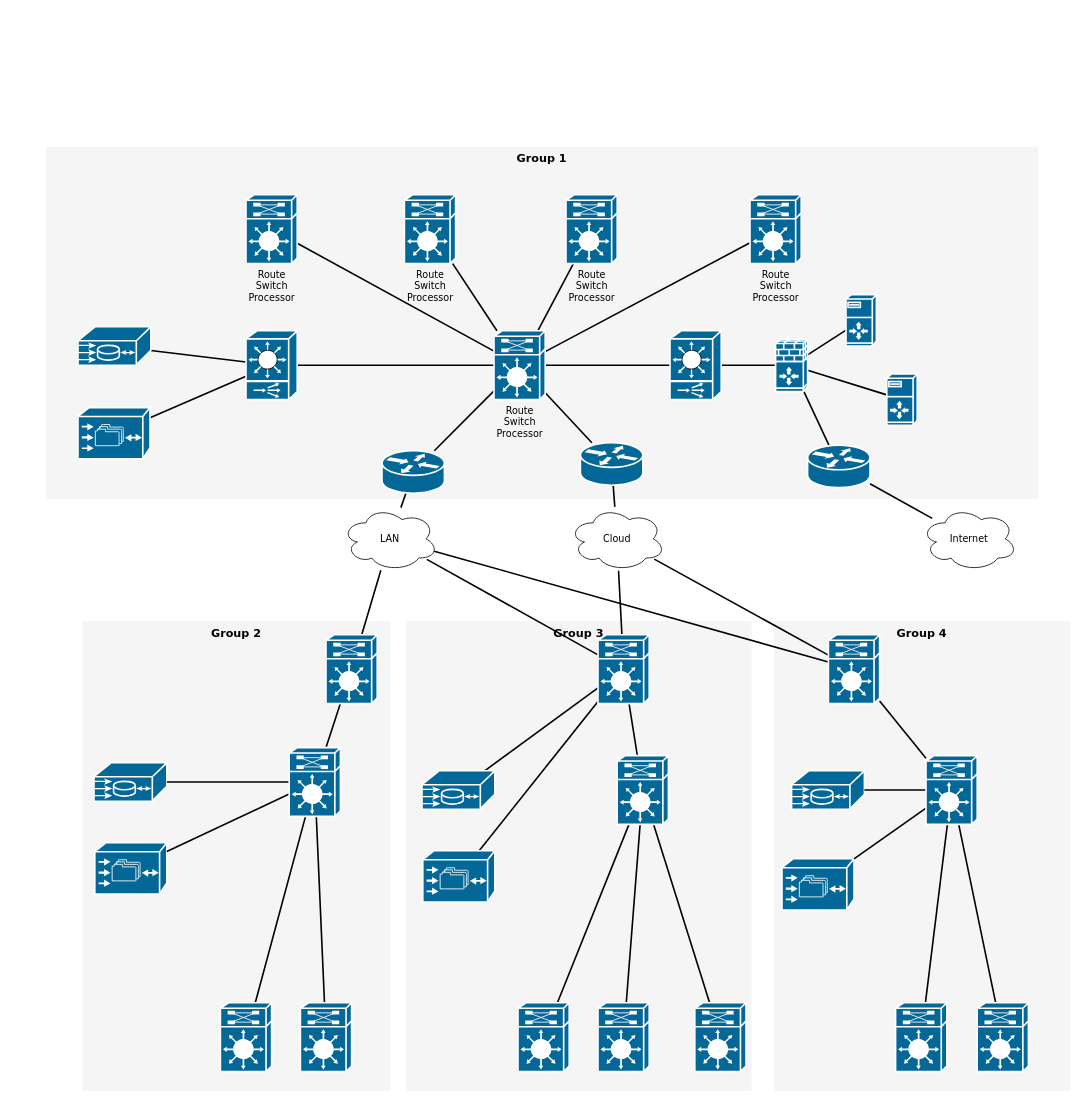
Above: Untitled Diagram.drawio in pamelacatilo/ResearchRepository (draw.io), before the change. Source tidied: cells renumbered, new cells numbered last; positions are measured from the earlier drawing's top-left corner, leaving out a move shared by most shapes. Both pictures are drawn from the tidied source at 80%, with x=0, y=0 at pixel (46, 146).
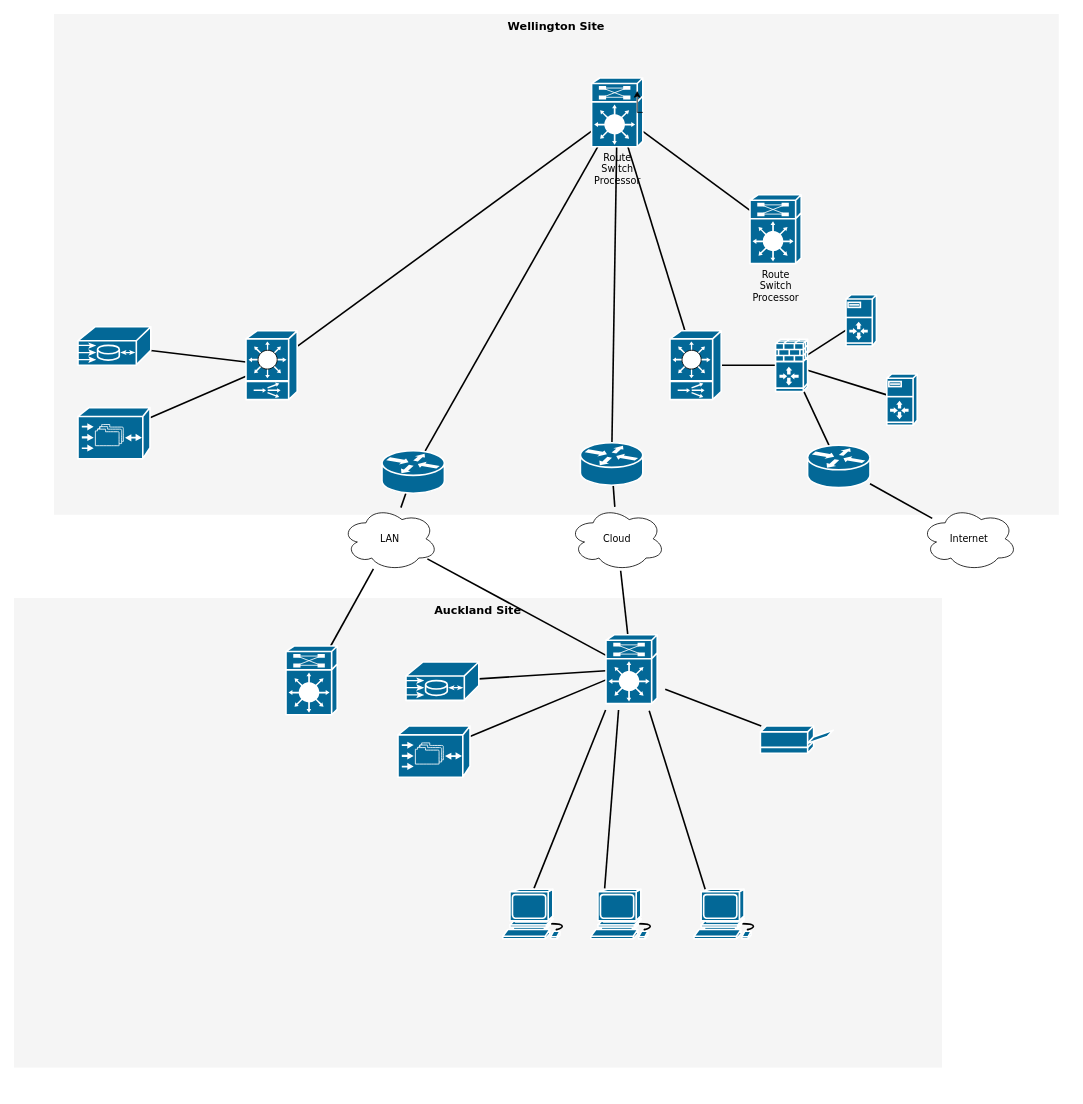
After the change.

Commit message:
Technical Support Practical Project Diagram.drawio

Unchanged cells that the change refers to:
```xml
<mxCell id="35" value="LAN" style="ellipse;shape=cloud;whiteSpace=wrap;html=1;rounded=0;shadow=0;comic=0;strokeWidth=1;fontFamily=Verdana;fontSize=12;" parent="1" vertex="1">
  <mxGeometry x="370" y="450" width="120" height="80" as="geometry" />
</mxCell>
<mxCell id="38" value="Cloud" style="ellipse;shape=cloud;whiteSpace=wrap;html=1;rounded=0;shadow=0;comic=0;strokeWidth=1;fontFamily=Verdana;fontSize=12;" parent="1" vertex="1">
  <mxGeometry x="654" y="450" width="120" height="80" as="geometry" />
</mxCell>
```

The edit, as a diff of the source:
```diff
@@
-    <mxCell id="2" value="Group 1" style="whiteSpace=wrap;html=1;rounded=0;shadow=0;comic=0;strokeWidth=1;fontFamily=Verdana;fontSize=14;fillColor=#f5f5f5;strokeColor=none;verticalAlign=top;fontStyle=1;" parent="1" vertex="1">
-      <mxGeometry width="1240" height="440" as="geometry" />
+    <mxCell id="2" value="Wellington Site" style="whiteSpace=wrap;html=1;rounded=0;shadow=0;comic=0;strokeWidth=1;fontFamily=Verdana;fontSize=14;fillColor=#f5f5f5;strokeColor=none;verticalAlign=top;fontStyle=1;" parent="1" vertex="1">
+      <mxGeometry x="10" y="-166" width="1256" height="626" as="geometry" />
     </mxCell>
-    <mxCell id="3" value="Group 4" style="whiteSpace=wrap;html=1;rounded=0;shadow=0;comic=0;strokeWidth=1;fontFamily=Verdana;fontSize=14;fillColor=#f5f5f5;strokeColor=none;fontStyle=1;verticalAlign=top;" parent="1" vertex="1">
-      <mxGeometry x="910" y="593" width="370" height="587" as="geometry" />
-    </mxCell>
-    <mxCell id="4" value="Group 3" style="whiteSpace=wrap;html=1;rounded=0;shadow=0;comic=0;strokeWidth=1;fontFamily=Verdana;fontSize=14;fillColor=#f5f5f5;strokeColor=none;fontStyle=1;verticalAlign=top;" parent="1" vertex="1">
-      <mxGeometry x="450" y="593" width="432" height="587" as="geometry" />
+    <mxCell id="4" value="Auckland Site" style="whiteSpace=wrap;html=1;rounded=0;shadow=0;comic=0;strokeWidth=1;fontFamily=Verdana;fontSize=14;fillColor=#f5f5f5;strokeColor=none;fontStyle=1;verticalAlign=top;" parent="1" vertex="1">
+      <mxGeometry x="-40" y="564" width="1160" height="587" as="geometry" />
     </mxCell>
-    <mxCell id="5" value="Group 2" style="whiteSpace=wrap;html=1;rounded=0;shadow=0;comic=0;strokeWidth=1;fontFamily=Verdana;fontSize=14;fillColor=#f5f5f5;strokeColor=none;fontStyle=1;verticalAlign=top;" parent="1" vertex="1">
-      <mxGeometry x="46" y="593" width="384" height="587" as="geometry" />
-    </mxCell>
-    <mxCell id="6" style="edgeStyle=none;html=1;labelBackgroundColor=none;startFill=0;endArrow=none;endFill=0;strokeWidth=2;fontFamily=Verdana;fontSize=12;" parent="1" edge="1" source="7" target="18">
-      <mxGeometry relative="1" as="geometry" />
-    </mxCell>
-    <mxCell id="7" value="Route&lt;div&gt;Switch&lt;/div&gt;&lt;div&gt;Processor&lt;/div&gt;" style="shape=mxgraph.cisco.misc.route_switch_processor;html=1;dashed=0;fillColor=#036897;strokeColor=#ffffff;strokeWidth=2;verticalLabelPosition=bottom;verticalAlign=top;rounded=0;shadow=0;comic=0;fontFamily=Verdana;fontSize=12;" parent="1" vertex="1">
-      <mxGeometry x="250" y="60" width="64" height="86" as="geometry" />
-    </mxCell>
-    <mxCell id="8" style="edgeStyle=none;html=1;labelBackgroundColor=none;startFill=0;endArrow=none;endFill=0;strokeWidth=2;fontFamily=Verdana;fontSize=12;" parent="1" edge="1" source="9" target="18">
-      <mxGeometry relative="1" as="geometry" />
-    </mxCell>
-    <mxCell id="9" value="Route&lt;div&gt;Switch&lt;/div&gt;&lt;div&gt;Processor&lt;/div&gt;" style="shape=mxgraph.cisco.misc.route_switch_processor;html=1;dashed=0;fillColor=#036897;strokeColor=#ffffff;strokeWidth=2;verticalLabelPosition=bottom;verticalAlign=top;rounded=0;shadow=0;comic=0;fontFamily=Verdana;fontSize=12;" parent="1" vertex="1">
-      <mxGeometry x="448" y="60" width="64" height="86" as="geometry" />
-    </mxCell>
-    <mxCell id="10" style="edgeStyle=none;html=1;labelBackgroundColor=none;startFill=0;endArrow=none;endFill=0;strokeWidth=2;fontFamily=Verdana;fontSize=12;" parent="1" edge="1" source="11" target="18">
-      <mxGeometry relative="1" as="geometry" />
-    </mxCell>
-    <mxCell id="11" value="Route&lt;div&gt;Switch&lt;/div&gt;&lt;div&gt;Processor&lt;/div&gt;" style="shape=mxgraph.cisco.misc.route_switch_processor;html=1;dashed=0;fillColor=#036897;strokeColor=#ffffff;strokeWidth=2;verticalLabelPosition=bottom;verticalAlign=top;rounded=0;shadow=0;comic=0;fontFamily=Verdana;fontSize=12;" parent="1" vertex="1">
-      <mxGeometry x="650" y="60" width="64" height="86" as="geometry" />
-    </mxCell>
@@
     <mxCell id="18" value="Route&lt;div&gt;Switch&lt;/div&gt;&lt;div&gt;Processor&lt;/div&gt;" style="shape=mxgraph.cisco.misc.route_switch_processor;html=1;dashed=0;fillColor=#036897;strokeColor=#ffffff;strokeWidth=2;verticalLabelPosition=bottom;verticalAlign=top;rounded=0;shadow=0;comic=0;fontFamily=Verdana;fontSize=12;" parent="1" vertex="1">
-      <mxGeometry x="560" y="230" width="64" height="86" as="geometry" />
+      <mxGeometry x="682" y="-86" width="64" height="86" as="geometry" />
     </mxCell>
@@
-    <mxCell id="34" style="edgeStyle=none;html=1;labelBackgroundColor=none;startFill=0;endArrow=none;endFill=0;strokeWidth=2;fontFamily=Verdana;fontSize=12;" parent="1" edge="1" source="35" target="47">
-      <mxGeometry relative="1" as="geometry" />
-    </mxCell>
@@
-    <mxCell id="37" style="edgeStyle=none;html=1;labelBackgroundColor=none;startFill=0;endArrow=none;endFill=0;strokeWidth=2;fontFamily=Verdana;fontSize=12;" parent="1" edge="1" source="38" target="47">
-      <mxGeometry relative="1" as="geometry" />
-    </mxCell>
@@
-    <mxCell id="40" style="edgeStyle=none;html=1;labelBackgroundColor=none;startFill=0;endArrow=none;endFill=0;strokeWidth=2;fontFamily=Verdana;fontSize=12;" parent="1" edge="1" source="41" target="54">
-      <mxGeometry relative="1" as="geometry" />
-    </mxCell>
     <mxCell id="41" style="shape=mxgraph.cisco.misc.route_switch_processor;html=1;dashed=0;fillColor=#036897;strokeColor=#ffffff;strokeWidth=2;verticalLabelPosition=bottom;verticalAlign=top;rounded=0;shadow=0;comic=0;fontFamily=Verdana;fontSize=12;" parent="1" vertex="1">
-      <mxGeometry x="350" y="610" width="64" height="86" as="geometry" />
+      <mxGeometry x="300" y="624" width="64" height="86" as="geometry" />
     </mxCell>
-    <mxCell id="42" style="edgeStyle=none;html=1;labelBackgroundColor=none;startFill=0;endArrow=none;endFill=0;strokeWidth=2;fontFamily=Verdana;fontSize=12;" parent="1" edge="1" source="45" target="60">
-      <mxGeometry relative="1" as="geometry" />
-    </mxCell>
@@
     <mxCell id="45" style="shape=mxgraph.cisco.misc.route_switch_processor;html=1;dashed=0;fillColor=#036897;strokeColor=#ffffff;strokeWidth=2;verticalLabelPosition=bottom;verticalAlign=top;rounded=0;shadow=0;comic=0;fontFamily=Verdana;fontSize=12;" parent="1" vertex="1">
-      <mxGeometry x="690" y="610" width="64" height="86" as="geometry" />
+      <mxGeometry x="700" y="610" width="64" height="86" as="geometry" />
     </mxCell>
-    <mxCell id="46" style="edgeStyle=none;html=1;labelBackgroundColor=none;startFill=0;endArrow=none;endFill=0;strokeWidth=2;fontFamily=Verdana;fontSize=12;" parent="1" edge="1" source="47" target="67">
-      <mxGeometry relative="1" as="geometry" />
-    </mxCell>
-    <mxCell id="47" style="shape=mxgraph.cisco.misc.route_switch_processor;html=1;dashed=0;fillColor=#036897;strokeColor=#ffffff;strokeWidth=2;verticalLabelPosition=bottom;verticalAlign=top;rounded=0;shadow=0;comic=0;fontFamily=Verdana;fontSize=12;" parent="1" vertex="1">
-      <mxGeometry x="978" y="610" width="64" height="86" as="geometry" />
-    </mxCell>
-    <mxCell id="48" style="shape=mxgraph.cisco.misc.me1100;html=1;dashed=0;fillColor=#036897;strokeColor=#ffffff;strokeWidth=2;verticalLabelPosition=bottom;verticalAlign=top;rounded=0;shadow=0;comic=0;fontFamily=Verdana;fontSize=12;" parent="1" vertex="1">
-      <mxGeometry x="60" y="770" width="91" height="48" as="geometry" />
-    </mxCell>
-    <mxCell id="49" style="shape=mxgraph.cisco.storage.cisco_file_engine;html=1;dashed=0;fillColor=#036897;strokeColor=#ffffff;strokeWidth=2;verticalLabelPosition=bottom;verticalAlign=top;rounded=0;shadow=0;comic=0;fontFamily=Verdana;fontSize=12;" parent="1" vertex="1">
-      <mxGeometry x="61" y="870" width="90" height="64" as="geometry" />
-    </mxCell>
-    <mxCell id="50" style="edgeStyle=none;html=1;labelBackgroundColor=none;startFill=0;endArrow=none;endFill=0;strokeWidth=2;fontFamily=Verdana;fontSize=12;" parent="1" edge="1" source="54" target="48">
-      <mxGeometry relative="1" as="geometry" />
-    </mxCell>
-    <mxCell id="51" style="edgeStyle=none;html=1;labelBackgroundColor=none;startFill=0;endArrow=none;endFill=0;strokeWidth=2;fontFamily=Verdana;fontSize=12;" parent="1" edge="1" source="54" target="49">
-      <mxGeometry relative="1" as="geometry" />
+    <mxCell id="51" style="edgeStyle=none;html=1;labelBackgroundColor=none;startFill=0;endArrow=none;endFill=0;strokeWidth=2;fontFamily=Verdana;fontSize=12;" parent="1" edge="1" source="85">
+      <mxGeometry relative="1" as="geometry">
+        <mxPoint x="774" y="678.1" as="targetPoint" />
+      </mxGeometry>
     </mxCell>
-    <mxCell id="52" style="edgeStyle=none;html=1;labelBackgroundColor=none;startFill=0;endArrow=none;endFill=0;strokeWidth=2;fontFamily=Verdana;fontSize=12;" parent="1" edge="1" source="54" target="69">
-      <mxGeometry relative="1" as="geometry" />
-    </mxCell>
-    <mxCell id="53" style="edgeStyle=none;html=1;labelBackgroundColor=none;startFill=0;endArrow=none;endFill=0;strokeWidth=2;fontFamily=Verdana;fontSize=12;" parent="1" edge="1" source="54" target="68">
-      <mxGeometry relative="1" as="geometry" />
-    </mxCell>
-    <mxCell id="54" style="shape=mxgraph.cisco.misc.route_switch_processor;html=1;dashed=0;fillColor=#036897;strokeColor=#ffffff;strokeWidth=2;verticalLabelPosition=bottom;verticalAlign=top;rounded=0;shadow=0;comic=0;fontFamily=Verdana;fontSize=12;" parent="1" vertex="1">
-      <mxGeometry x="304" y="751" width="64" height="86" as="geometry" />
-    </mxCell>
     <mxCell id="55" style="shape=mxgraph.cisco.misc.me1100;html=1;dashed=0;fillColor=#036897;strokeColor=#ffffff;strokeWidth=2;verticalLabelPosition=bottom;verticalAlign=top;rounded=0;shadow=0;comic=0;fontFamily=Verdana;fontSize=12;" parent="1" vertex="1">
-      <mxGeometry x="470" y="780" width="91" height="48" as="geometry" />
+      <mxGeometry x="450" y="644" width="91" height="48" as="geometry" />
     </mxCell>
     <mxCell id="56" style="shape=mxgraph.cisco.storage.cisco_file_engine;html=1;dashed=0;fillColor=#036897;strokeColor=#ffffff;strokeWidth=2;verticalLabelPosition=bottom;verticalAlign=top;rounded=0;shadow=0;comic=0;fontFamily=Verdana;fontSize=12;" parent="1" vertex="1">
-      <mxGeometry x="471" y="880" width="90" height="64" as="geometry" />
+      <mxGeometry x="440" y="724" width="90" height="64" as="geometry" />
     </mxCell>
-    <mxCell id="57" style="edgeStyle=none;html=1;labelBackgroundColor=none;startFill=0;endArrow=none;endFill=0;strokeWidth=2;fontFamily=Verdana;fontSize=12;" parent="1" edge="1" source="60" target="72">
-      <mxGeometry relative="1" as="geometry" />
+    <mxCell id="57" style="edgeStyle=none;html=1;labelBackgroundColor=none;startFill=0;endArrow=none;endFill=0;strokeWidth=2;fontFamily=Verdana;fontSize=12;" parent="1" edge="1">
+      <mxGeometry relative="1" as="geometry">
+        <mxPoint x="754" y="705" as="sourcePoint" />
+        <mxPoint x="824" y="928" as="targetPoint" />
+      </mxGeometry>
     </mxCell>
-    <mxCell id="58" style="edgeStyle=none;html=1;labelBackgroundColor=none;startFill=0;endArrow=none;endFill=0;strokeWidth=2;fontFamily=Verdana;fontSize=12;" parent="1" edge="1" source="60" target="71">
-      <mxGeometry relative="1" as="geometry" />
+    <mxCell id="58" style="edgeStyle=none;html=1;labelBackgroundColor=none;startFill=0;endArrow=none;endFill=0;strokeWidth=2;fontFamily=Verdana;fontSize=12;" parent="1" edge="1">
+      <mxGeometry relative="1" as="geometry">
+        <mxPoint x="715.7" y="704" as="sourcePoint" />
+        <mxPoint x="698.3" y="927" as="targetPoint" />
+      </mxGeometry>
     </mxCell>
-    <mxCell id="59" style="edgeStyle=none;html=1;labelBackgroundColor=none;startFill=0;endArrow=none;endFill=0;strokeWidth=2;fontFamily=Verdana;fontSize=12;" parent="1" edge="1" source="60" target="70">
-      <mxGeometry relative="1" as="geometry" />
+    <mxCell id="59" style="edgeStyle=none;html=1;labelBackgroundColor=none;startFill=0;endArrow=none;endFill=0;strokeWidth=2;fontFamily=Verdana;fontSize=12;" parent="1" edge="1">
+      <mxGeometry relative="1" as="geometry">
+        <mxPoint x="699.5" y="704" as="sourcePoint" />
+        <mxPoint x="610" y="927" as="targetPoint" />
+      </mxGeometry>
     </mxCell>
-    <mxCell id="60" style="shape=mxgraph.cisco.misc.route_switch_processor;html=1;dashed=0;fillColor=#036897;strokeColor=#ffffff;strokeWidth=2;verticalLabelPosition=bottom;verticalAlign=top;rounded=0;shadow=0;comic=0;fontFamily=Verdana;fontSize=12;" parent="1" vertex="1">
-      <mxGeometry x="714" y="761" width="64" height="86" as="geometry" />
-    </mxCell>
-    <mxCell id="61" style="shape=mxgraph.cisco.misc.me1100;html=1;dashed=0;fillColor=#036897;strokeColor=#ffffff;strokeWidth=2;verticalLabelPosition=bottom;verticalAlign=top;rounded=0;shadow=0;comic=0;fontFamily=Verdana;fontSize=12;" parent="1" vertex="1">
-      <mxGeometry x="932" y="780" width="91" height="48" as="geometry" />
-    </mxCell>
-    <mxCell id="62" style="shape=mxgraph.cisco.storage.cisco_file_engine;html=1;dashed=0;fillColor=#036897;strokeColor=#ffffff;strokeWidth=2;verticalLabelPosition=bottom;verticalAlign=top;rounded=0;shadow=0;comic=0;fontFamily=Verdana;fontSize=12;" parent="1" vertex="1">
-      <mxGeometry x="920" y="890" width="90" height="64" as="geometry" />
-    </mxCell>
-    <mxCell id="63" style="edgeStyle=none;html=1;labelBackgroundColor=none;startFill=0;endArrow=none;endFill=0;strokeWidth=2;fontFamily=Verdana;fontSize=12;" parent="1" edge="1" source="67" target="61">
-      <mxGeometry relative="1" as="geometry" />
-    </mxCell>
-    <mxCell id="64" style="edgeStyle=none;html=1;labelBackgroundColor=none;startFill=0;endArrow=none;endFill=0;strokeWidth=2;fontFamily=Verdana;fontSize=12;" parent="1" edge="1" source="67" target="62">
-      <mxGeometry relative="1" as="geometry" />
-    </mxCell>
-    <mxCell id="65" style="edgeStyle=none;html=1;labelBackgroundColor=none;startFill=0;endArrow=none;endFill=0;strokeWidth=2;fontFamily=Verdana;fontSize=12;" parent="1" edge="1" source="67" target="74">
-      <mxGeometry relative="1" as="geometry" />
-    </mxCell>
-    <mxCell id="66" style="edgeStyle=none;html=1;labelBackgroundColor=none;startFill=0;endArrow=none;endFill=0;strokeWidth=2;fontFamily=Verdana;fontSize=12;" parent="1" edge="1" source="67" target="73">
-      <mxGeometry relative="1" as="geometry" />
-    </mxCell>
-    <mxCell id="67" style="shape=mxgraph.cisco.misc.route_switch_processor;html=1;dashed=0;fillColor=#036897;strokeColor=#ffffff;strokeWidth=2;verticalLabelPosition=bottom;verticalAlign=top;rounded=0;shadow=0;comic=0;fontFamily=Verdana;fontSize=12;" parent="1" vertex="1">
-      <mxGeometry x="1100" y="761" width="64" height="86" as="geometry" />
-    </mxCell>
-    <mxCell id="68" style="shape=mxgraph.cisco.misc.route_switch_processor;html=1;dashed=0;fillColor=#036897;strokeColor=#ffffff;strokeWidth=2;verticalLabelPosition=bottom;verticalAlign=top;rounded=0;shadow=0;comic=0;fontFamily=Verdana;fontSize=12;" parent="1" vertex="1">
-      <mxGeometry x="218" y="1070" width="64" height="86" as="geometry" />
-    </mxCell>
-    <mxCell id="69" style="shape=mxgraph.cisco.misc.route_switch_processor;html=1;dashed=0;fillColor=#036897;strokeColor=#ffffff;strokeWidth=2;verticalLabelPosition=bottom;verticalAlign=top;rounded=0;shadow=0;comic=0;fontFamily=Verdana;fontSize=12;" parent="1" vertex="1">
-      <mxGeometry x="318" y="1070" width="64" height="86" as="geometry" />
-    </mxCell>
-    <mxCell id="70" style="shape=mxgraph.cisco.misc.route_switch_processor;html=1;dashed=0;fillColor=#036897;strokeColor=#ffffff;strokeWidth=2;verticalLabelPosition=bottom;verticalAlign=top;rounded=0;shadow=0;comic=0;fontFamily=Verdana;fontSize=12;" parent="1" vertex="1">
-      <mxGeometry x="590" y="1070" width="64" height="86" as="geometry" />
-    </mxCell>
-    <mxCell id="71" style="shape=mxgraph.cisco.misc.route_switch_processor;html=1;dashed=0;fillColor=#036897;strokeColor=#ffffff;strokeWidth=2;verticalLabelPosition=bottom;verticalAlign=top;rounded=0;shadow=0;comic=0;fontFamily=Verdana;fontSize=12;" parent="1" vertex="1">
-      <mxGeometry x="690" y="1070" width="64" height="86" as="geometry" />
-    </mxCell>
-    <mxCell id="72" style="shape=mxgraph.cisco.misc.route_switch_processor;html=1;dashed=0;fillColor=#036897;strokeColor=#ffffff;strokeWidth=2;verticalLabelPosition=bottom;verticalAlign=top;rounded=0;shadow=0;comic=0;fontFamily=Verdana;fontSize=12;" parent="1" vertex="1">
-      <mxGeometry x="811" y="1070" width="64" height="86" as="geometry" />
-    </mxCell>
-    <mxCell id="73" style="shape=mxgraph.cisco.misc.route_switch_processor;html=1;dashed=0;fillColor=#036897;strokeColor=#ffffff;strokeWidth=2;verticalLabelPosition=bottom;verticalAlign=top;rounded=0;shadow=0;comic=0;fontFamily=Verdana;fontSize=12;" parent="1" vertex="1">
-      <mxGeometry x="1062" y="1070" width="64" height="86" as="geometry" />
-    </mxCell>
-    <mxCell id="74" style="shape=mxgraph.cisco.misc.route_switch_processor;html=1;dashed=0;fillColor=#036897;strokeColor=#ffffff;strokeWidth=2;verticalLabelPosition=bottom;verticalAlign=top;rounded=0;shadow=0;comic=0;fontFamily=Verdana;fontSize=12;" parent="1" vertex="1">
-      <mxGeometry x="1164" y="1070" width="64" height="86" as="geometry" />
-    </mxCell>
@@
+    <mxCell id="81" style="edgeStyle=orthogonalEdgeStyle;rounded=0;orthogonalLoop=1;jettySize=auto;html=1;exitX=1;exitY=0.5;exitDx=0;exitDy=0;exitPerimeter=0;entryX=0.891;entryY=0.186;entryDx=0;entryDy=0;entryPerimeter=0;" parent="1" edge="1" source="18" target="18">
+      <mxGeometry relative="1" as="geometry" />
+    </mxCell>
+    <mxCell id="82" style="shape=mxgraph.cisco.computers_and_peripherals.workstation;sketch=0;html=1;dashed=0;fillColor=#036897;strokeColor=#ffffff;strokeWidth=2;verticalLabelPosition=bottom;verticalAlign=top;align=center;" parent="1" vertex="1">
+      <mxGeometry x="571" y="928" width="83" height="62" as="geometry" />
+    </mxCell>
+    <mxCell id="83" style="shape=mxgraph.cisco.computers_and_peripherals.workstation;sketch=0;html=1;dashed=0;fillColor=#036897;strokeColor=#ffffff;strokeWidth=2;verticalLabelPosition=bottom;verticalAlign=top;align=center;" parent="1" vertex="1">
+      <mxGeometry x="681" y="928" width="83" height="62" as="geometry" />
+    </mxCell>
+    <mxCell id="84" style="shape=mxgraph.cisco.computers_and_peripherals.workstation;sketch=0;html=1;dashed=0;fillColor=#036897;strokeColor=#ffffff;strokeWidth=2;verticalLabelPosition=bottom;verticalAlign=top;align=center;" parent="1" vertex="1">
+      <mxGeometry x="810" y="928" width="83" height="62" as="geometry" />
+    </mxCell>
+    <mxCell id="85" style="shape=mxgraph.cisco.computers_and_peripherals.printer;sketch=0;html=1;dashed=0;fillColor=#036897;strokeColor=#ffffff;strokeWidth=2;verticalLabelPosition=bottom;verticalAlign=top;align=center;outlineConnect=0;" parent="1" vertex="1">
+      <mxGeometry x="893" y="724" width="91" height="34" as="geometry" />
+    </mxCell>
```
